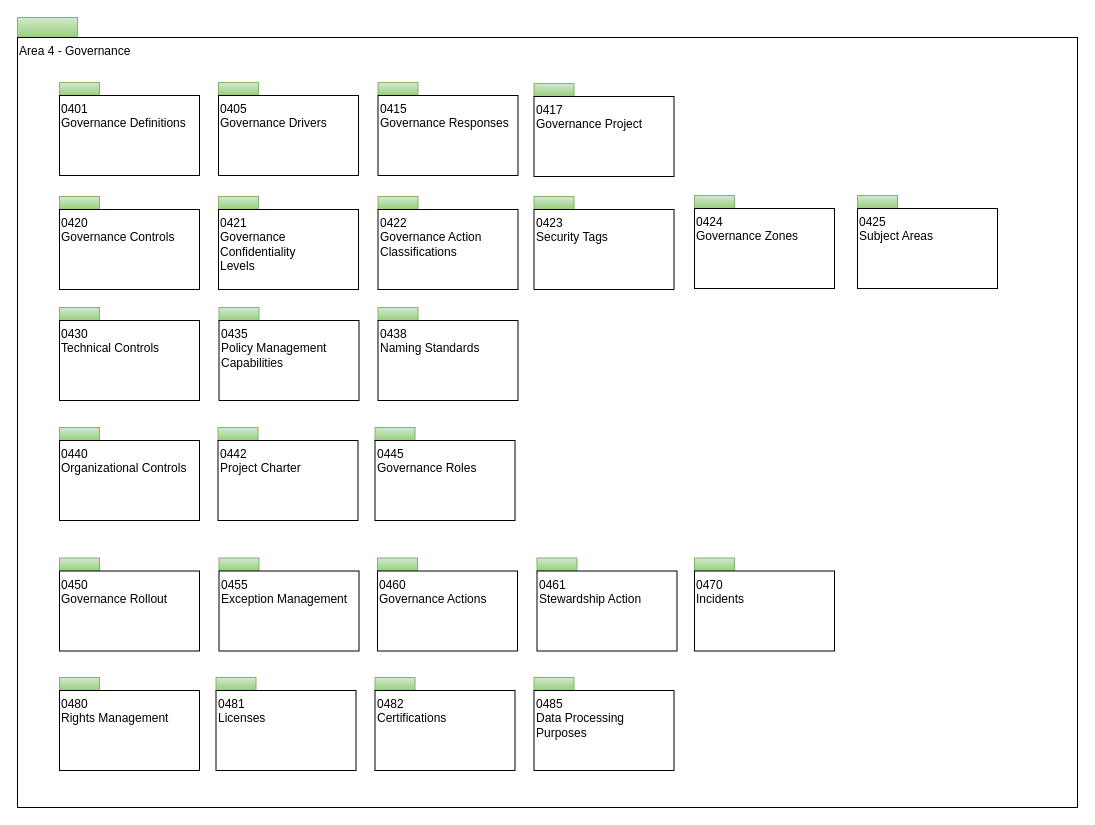
Earlier version of the draw.io diagram page "overview" (1 of 28) of open-metadata-publication/website/open-metadata-types/area-4-governance.drawio (odpi/egeria). Source tidied: cells renumbered, new cells numbered last; positions are measured from the earlier drawing's top-left corner, leaving out a move shared by most shapes. Both pictures are drawn from the tidied source at 100%, with x=0, y=0 at pixel (17, 17).
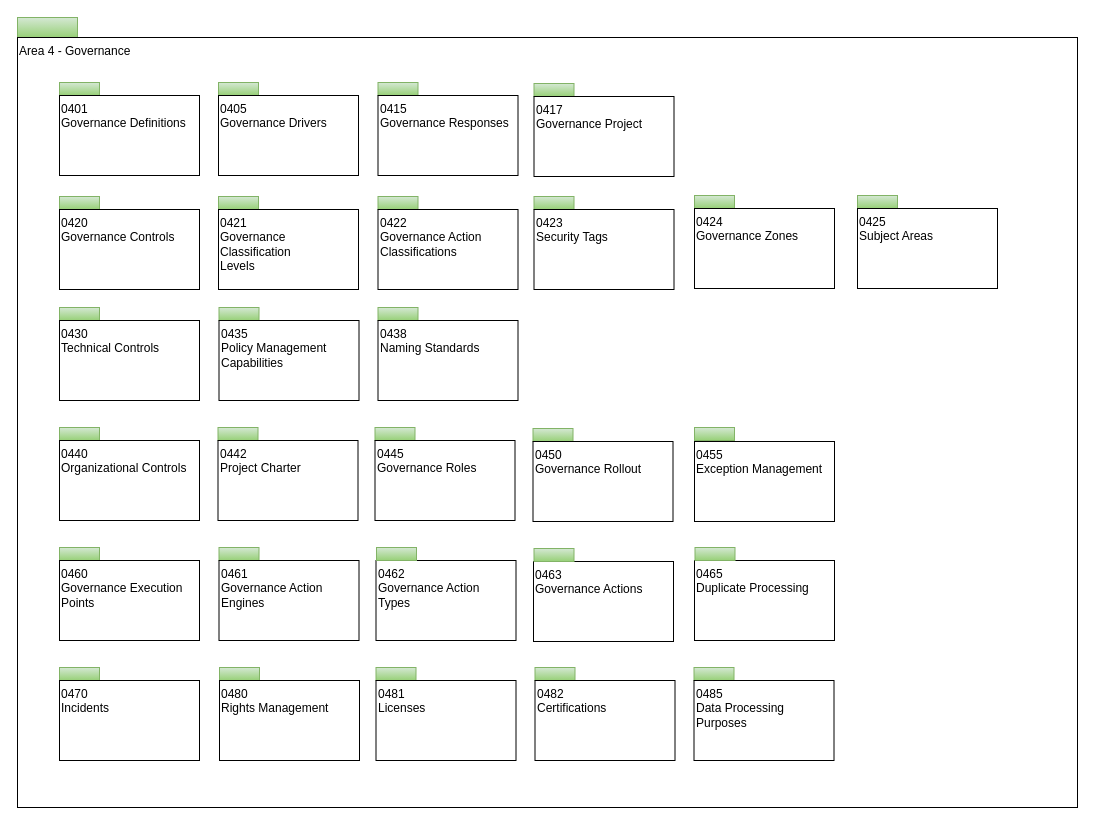
The same page after the edit.

Diff of the diagram source:
```diff
@@
-    <mxCell id="15" value="0421&lt;br&gt;Governance Confidentiality&lt;br&gt;Levels&lt;br&gt;" style="rounded=0;whiteSpace=wrap;html=1;align=left;verticalAlign=top;" parent="1" vertex="1">
+    <mxCell id="15" value="0421&lt;br&gt;Governance&lt;br&gt;Classification&lt;br&gt;Levels" style="rounded=0;whiteSpace=wrap;html=1;align=left;verticalAlign=top;" parent="1" vertex="1">
       <mxGeometry x="201" y="192" width="140" height="80" as="geometry" />
     </mxCell>
@@
     <mxCell id="20" style="rounded=0;whiteSpace=wrap;html=1;align=left;fillColor=#d5e8d4;strokeColor=#82b366;gradientColor=#97d077;" parent="1" vertex="1">
-      <mxGeometry x="42" y="540.5" width="40" height="13" as="geometry" />
+      <mxGeometry x="515.5" y="411" width="40" height="13" as="geometry" />
     </mxCell>
     <mxCell id="21" value="0450&lt;br&gt;Governance Rollout&lt;br&gt;" style="rounded=0;whiteSpace=wrap;html=1;align=left;verticalAlign=top;" parent="1" vertex="1">
-      <mxGeometry x="42" y="553.5" width="140" height="80" as="geometry" />
+      <mxGeometry x="515.5" y="424" width="140" height="80" as="geometry" />
     </mxCell>
     <mxCell id="22" style="rounded=0;whiteSpace=wrap;html=1;align=left;fillColor=#d5e8d4;strokeColor=#82b366;gradientColor=#97d077;" parent="1" vertex="1">
-      <mxGeometry x="201.5" y="540.5" width="40" height="13" as="geometry" />
+      <mxGeometry x="677" y="410" width="40" height="13" as="geometry" />
     </mxCell>
     <mxCell id="23" value="0455&lt;br&gt;Exception Management&lt;br&gt;" style="rounded=0;whiteSpace=wrap;html=1;align=left;verticalAlign=top;" parent="1" vertex="1">
-      <mxGeometry x="201.5" y="553.5" width="140" height="80" as="geometry" />
+      <mxGeometry x="677" y="424" width="140" height="80" as="geometry" />
     </mxCell>
     <mxCell id="24" style="rounded=0;whiteSpace=wrap;html=1;align=left;fillColor=#d5e8d4;strokeColor=#82b366;gradientColor=#97d077;" parent="1" vertex="1">
-      <mxGeometry x="360" y="540.5" width="40" height="13" as="geometry" />
+      <mxGeometry x="42" y="530" width="40" height="13" as="geometry" />
     </mxCell>
-    <mxCell id="25" value="0460&lt;br&gt;Governance Actions&lt;br&gt;" style="rounded=0;whiteSpace=wrap;html=1;align=left;verticalAlign=top;" parent="1" vertex="1">
-      <mxGeometry x="360" y="553.5" width="140" height="80" as="geometry" />
+    <mxCell id="25" value="0460&lt;br&gt;Governance Execution&lt;br&gt;Points" style="rounded=0;whiteSpace=wrap;html=1;align=left;verticalAlign=top;" parent="1" vertex="1">
+      <mxGeometry x="42" y="543" width="140" height="80" as="geometry" />
     </mxCell>
@@
     <mxCell id="28" style="rounded=0;whiteSpace=wrap;html=1;align=left;fillColor=#d5e8d4;strokeColor=#82b366;gradientColor=#97d077;" parent="1" vertex="1">
-      <mxGeometry x="42" y="660" width="40" height="13" as="geometry" />
+      <mxGeometry x="202" y="650" width="40" height="13" as="geometry" />
     </mxCell>
     <mxCell id="29" value="0480&lt;br&gt;Rights Management&lt;br&gt;" style="rounded=0;whiteSpace=wrap;html=1;align=left;verticalAlign=top;" parent="1" vertex="1">
-      <mxGeometry x="42" y="673" width="140" height="80" as="geometry" />
+      <mxGeometry x="202" y="663" width="140" height="80" as="geometry" />
     </mxCell>
     <mxCell id="30" style="rounded=0;whiteSpace=wrap;html=1;align=left;fillColor=#d5e8d4;strokeColor=#82b366;gradientColor=#97d077;" parent="1" vertex="1">
-      <mxGeometry x="198.5" y="660" width="40" height="13" as="geometry" />
+      <mxGeometry x="358.5" y="650" width="40" height="13" as="geometry" />
     </mxCell>
     <mxCell id="31" value="0481&lt;br&gt;Licenses&lt;br&gt;" style="rounded=0;whiteSpace=wrap;html=1;align=left;verticalAlign=top;" parent="1" vertex="1">
-      <mxGeometry x="198.5" y="673" width="140" height="80" as="geometry" />
+      <mxGeometry x="358.5" y="663" width="140" height="80" as="geometry" />
     </mxCell>
@@
     <mxCell id="34" style="rounded=0;whiteSpace=wrap;html=1;align=left;fillColor=#d5e8d4;strokeColor=#82b366;gradientColor=#97d077;" parent="1" vertex="1">
-      <mxGeometry x="357.5" y="660" width="40" height="13" as="geometry" />
+      <mxGeometry x="517.5" y="650" width="40" height="13" as="geometry" />
     </mxCell>
     <mxCell id="35" value="0482&lt;br&gt;Certifications&lt;br&gt;" style="rounded=0;whiteSpace=wrap;html=1;align=left;verticalAlign=top;" parent="1" vertex="1">
-      <mxGeometry x="357.5" y="673" width="140" height="80" as="geometry" />
+      <mxGeometry x="517.5" y="663" width="140" height="80" as="geometry" />
     </mxCell>
@@
     <mxCell id="42" style="rounded=0;whiteSpace=wrap;html=1;align=left;fillColor=#d5e8d4;strokeColor=#82b366;gradientColor=#97d077;" parent="1" vertex="1">
-      <mxGeometry x="519.5" y="540.5" width="40" height="13" as="geometry" />
+      <mxGeometry x="201.5" y="530" width="40" height="13" as="geometry" />
     </mxCell>
-    <mxCell id="43" value="0461&lt;br&gt;Stewardship Action" style="rounded=0;whiteSpace=wrap;html=1;align=left;verticalAlign=top;" parent="1" vertex="1">
-      <mxGeometry x="519.5" y="553.5" width="140" height="80" as="geometry" />
+    <mxCell id="43" value="0462&lt;br&gt;Governance Action&lt;br&gt;Types" style="rounded=0;whiteSpace=wrap;html=1;align=left;verticalAlign=top;" parent="1" vertex="1">
+      <mxGeometry x="358.5" y="543" width="140" height="80" as="geometry" />
     </mxCell>
     <mxCell id="44" style="rounded=0;whiteSpace=wrap;html=1;align=left;fillColor=#d5e8d4;strokeColor=#82b366;gradientColor=#97d077;" parent="1" vertex="1">
-      <mxGeometry x="516.5" y="660" width="40" height="13" as="geometry" />
+      <mxGeometry x="676.5" y="650" width="40" height="13" as="geometry" />
     </mxCell>
     <mxCell id="45" value="0485&lt;br&gt;Data Processing&lt;br&gt;Purposes" style="rounded=0;whiteSpace=wrap;html=1;align=left;verticalAlign=top;" parent="1" vertex="1">
-      <mxGeometry x="516.5" y="673" width="140" height="80" as="geometry" />
+      <mxGeometry x="676.5" y="663" width="140" height="80" as="geometry" />
     </mxCell>
@@
     <mxCell id="53" style="rounded=0;whiteSpace=wrap;html=1;align=left;fillColor=#d5e8d4;strokeColor=#82b366;gradientColor=#97d077;" parent="1" vertex="1">
-      <mxGeometry x="677" y="540.5" width="40" height="13" as="geometry" />
+      <mxGeometry x="359" y="530" width="40" height="13" as="geometry" />
     </mxCell>
-    <mxCell id="54" value="0470&lt;br&gt;Incidents" style="rounded=0;whiteSpace=wrap;html=1;align=left;verticalAlign=top;" parent="1" vertex="1">
-      <mxGeometry x="677" y="553.5" width="140" height="80" as="geometry" />
+    <mxCell id="54" value="0461&lt;br&gt;Governance Action&lt;br&gt;Engines" style="rounded=0;whiteSpace=wrap;html=1;align=left;verticalAlign=top;" parent="1" vertex="1">
+      <mxGeometry x="201.5" y="543" width="140" height="80" as="geometry" />
     </mxCell>
+    <mxCell id="55" style="rounded=0;whiteSpace=wrap;html=1;align=left;fillColor=#d5e8d4;strokeColor=#82b366;gradientColor=#97d077;" parent="1" vertex="1">
+      <mxGeometry x="42" y="650" width="40" height="13" as="geometry" />
+    </mxCell>
+    <mxCell id="56" value="0470&lt;br&gt;Incidents" style="rounded=0;whiteSpace=wrap;html=1;align=left;verticalAlign=top;" parent="1" vertex="1">
+      <mxGeometry x="42" y="663" width="140" height="80" as="geometry" />
+    </mxCell>
+    <mxCell id="57" value="0463&lt;br&gt;Governance Actions" style="rounded=0;whiteSpace=wrap;html=1;align=left;verticalAlign=top;" parent="1" vertex="1">
+      <mxGeometry x="516" y="544" width="140" height="80" as="geometry" />
+    </mxCell>
+    <mxCell id="58" style="rounded=0;whiteSpace=wrap;html=1;align=left;fillColor=#d5e8d4;strokeColor=#82b366;gradientColor=#97d077;" parent="1" vertex="1">
+      <mxGeometry x="516.5" y="531" width="40" height="13" as="geometry" />
+    </mxCell>
+    <mxCell id="59" value="0465&lt;br&gt;Duplicate Processing" style="rounded=0;whiteSpace=wrap;html=1;align=left;verticalAlign=top;" parent="1" vertex="1">
+      <mxGeometry x="677" y="543" width="140" height="80" as="geometry" />
+    </mxCell>
+    <mxCell id="60" style="rounded=0;whiteSpace=wrap;html=1;align=left;fillColor=#d5e8d4;strokeColor=#82b366;gradientColor=#97d077;" parent="1" vertex="1">
+      <mxGeometry x="677.5" y="530" width="40" height="13" as="geometry" />
+    </mxCell>
```
